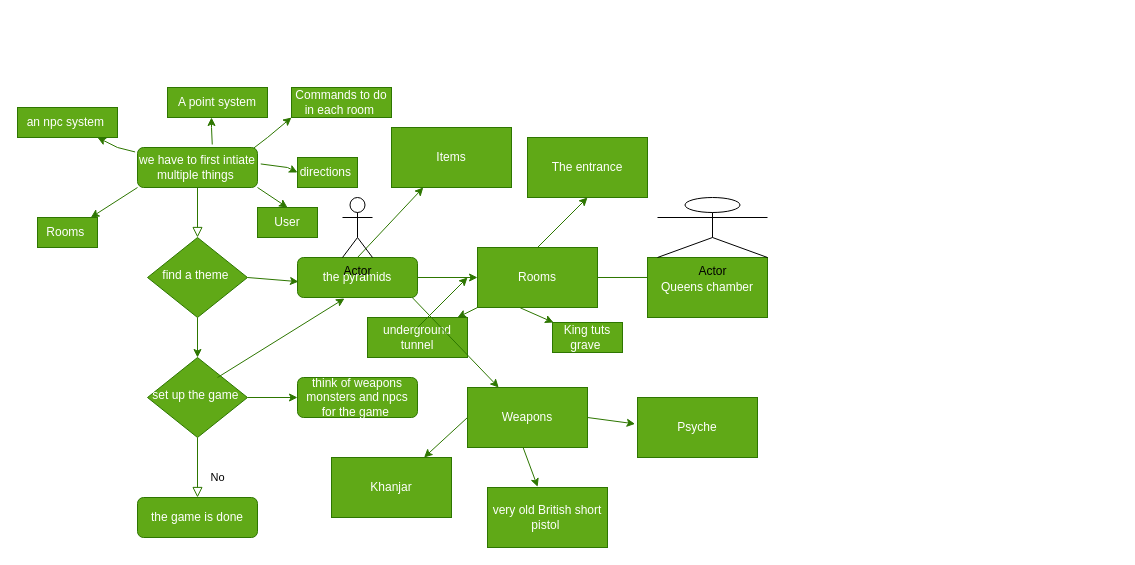
Before: Untitled Diagram.drawio in staten-island-tech/oop-adventures-abo-omar, a draw.io diagram. Source tidied: cells renumbered, new cells numbered last; positions are measured from the earlier drawing's top-left corner, leaving out a move shared by most shapes. Both pictures are drawn from the tidied source at 100%, with x=0, y=0 at pixel (17, 87).
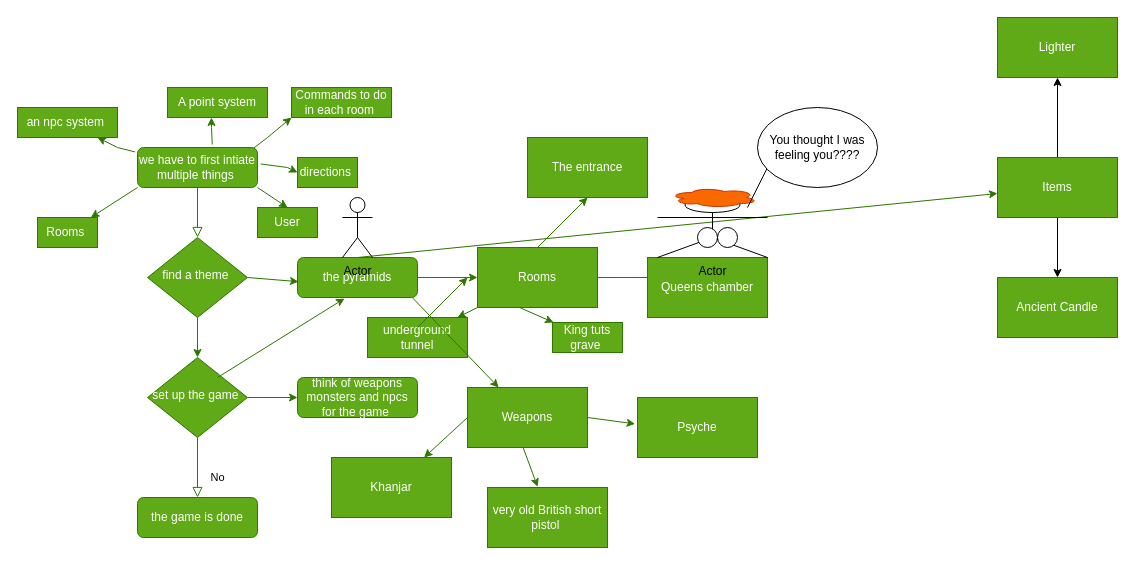
Above is the later version.

The edit, as a diff of the source:
```diff
@@
+    <mxCell id="50" style="edgeStyle=orthogonalEdgeStyle;rounded=0;jettySize=auto;html=1;exitX=0.5;exitY=1;exitDx=0;exitDy=0;" parent="1" edge="1" source="47" target="57">
+      <mxGeometry relative="1" as="geometry" />
+    </mxCell>
+    <mxCell id="51" style="edgeStyle=orthogonalEdgeStyle;rounded=0;jettySize=auto;html=1;" parent="1" edge="1" source="47" target="58">
+      <mxGeometry relative="1" as="geometry" />
+    </mxCell>
     <mxCell id="47" value="Items" style="rounded=0;whiteSpace=wrap;html=1;fillColor=#60a917;fontColor=#ffffff;strokeColor=#2D7600;" parent="1" vertex="1">
-      <mxGeometry x="374" y="40" width="120" height="60" as="geometry" />
+      <mxGeometry x="980" y="70" width="120" height="60" as="geometry" />
     </mxCell>
@@
+    <mxCell id="52" style="ellipse;shape=cloud;whiteSpace=wrap;html=1;fillColor=#fa6800;fontColor=#000000;strokeColor=#C73500;" parent="1" vertex="1">
+      <mxGeometry x="652.5" y="100" width="87.5" height="20" as="geometry" />
+    </mxCell>
+    <mxCell id="53" style="endArrow=classic;html=1;rounded=0;" parent="1" edge="1" target="54">
+      <mxGeometry relative="1" as="geometry">
+        <mxPoint x="730" y="120" as="sourcePoint" />
+        <Array as="points">
+          <mxPoint x="750" y="80" />
+        </Array>
+      </mxGeometry>
+    </mxCell>
+    <mxCell id="54" value="You thought I was feeling you????" style="ellipse;whiteSpace=wrap;html=1;" parent="1" vertex="1">
+      <mxGeometry x="740" y="20" width="120" height="80" as="geometry" />
+    </mxCell>
+    <mxCell id="55" style="ellipse;whiteSpace=wrap;html=1;" parent="1" vertex="1">
+      <mxGeometry x="680" y="140" width="20" height="20" as="geometry" />
+    </mxCell>
+    <mxCell id="56" style="ellipse;whiteSpace=wrap;html=1;" parent="1" vertex="1">
+      <mxGeometry x="700" y="140" width="20" height="20" as="geometry" />
+    </mxCell>
+    <mxCell id="57" value="Ancient Candle" style="whiteSpace=wrap;html=1;fillColor=#60a917;strokeColor=#2D7600;fontColor=#ffffff;rounded=0;" parent="1" vertex="1">
+      <mxGeometry x="980" y="190" width="120" height="60" as="geometry" />
+    </mxCell>
+    <mxCell id="58" value="Lighter" style="whiteSpace=wrap;html=1;fillColor=#60a917;strokeColor=#2D7600;fontColor=#ffffff;rounded=0;" parent="1" vertex="1">
+      <mxGeometry x="980" y="-70" width="120" height="60" as="geometry" />
+    </mxCell>
```
